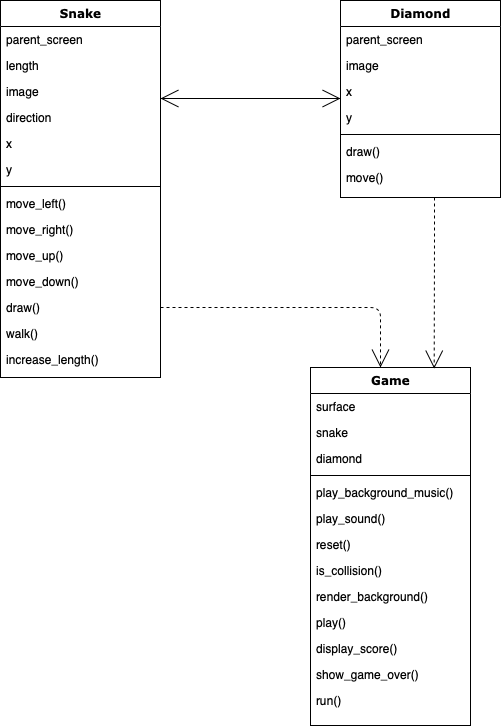
This is Game/diamond_digger_diagram.png from Amelie02/oc20, a draw.io export, as it was before one commit. Source tidied: cells renumbered, new cells last; positions are measured from the earlier drawing's top-left corner, leaving out a move shared by most shapes. Its diagram source:
```xml
<mxGraphModel>
  <root>
    <mxCell id="0" />
    <mxCell id="1" parent="0" />
    <mxCell id="2" value="Snake" style="swimlane;html=1;fontStyle=1;align=center;verticalAlign=top;horizontal=1;startSize=26;swimlaneFillColor=#ffffff;rounded=0;shadow=0;comic=0;labelBackgroundColor=none;strokeWidth=1;fillColor=none;fontFamily=Verdana;fontSize=12;" parent="1" vertex="1">
      <mxGeometry width="160" height="377" as="geometry" />
    </mxCell>
    <mxCell id="3" value="parent_screen" style="text;html=1;strokeColor=none;fillColor=none;align=left;verticalAlign=top;spacingLeft=4;spacingRight=4;whiteSpace=wrap;overflow=hidden;" parent="2" vertex="1">
      <mxGeometry y="26" width="160" height="26" as="geometry" />
    </mxCell>
    <mxCell id="4" value="length" style="text;html=1;strokeColor=none;fillColor=none;align=left;verticalAlign=top;spacingLeft=4;spacingRight=4;whiteSpace=wrap;overflow=hidden;points=[[0,0.5],[1,0.5]];portConstraint=eastwest;" parent="2" vertex="1">
      <mxGeometry y="52" width="160" height="26" as="geometry" />
    </mxCell>
    <mxCell id="5" value="image" style="text;html=1;strokeColor=none;fillColor=none;align=left;verticalAlign=top;spacingLeft=4;spacingRight=4;whiteSpace=wrap;overflow=hidden;" parent="2" vertex="1">
      <mxGeometry y="78" width="160" height="26" as="geometry" />
    </mxCell>
    <mxCell id="6" value="direction" style="text;html=1;strokeColor=none;fillColor=none;align=left;verticalAlign=top;spacingLeft=4;spacingRight=4;whiteSpace=wrap;overflow=hidden;points=[[0,0.5],[1,0.5]];portConstraint=eastwest;" parent="2" vertex="1">
      <mxGeometry y="104" width="160" height="26" as="geometry" />
    </mxCell>
    <mxCell id="7" value="x" style="text;html=1;strokeColor=none;fillColor=none;align=left;verticalAlign=top;spacingLeft=4;spacingRight=4;whiteSpace=wrap;overflow=hidden;" parent="2" vertex="1">
      <mxGeometry y="130" width="160" height="26" as="geometry" />
    </mxCell>
    <mxCell id="8" value="y" style="text;html=1;strokeColor=none;fillColor=none;align=left;verticalAlign=top;spacingLeft=4;spacingRight=4;whiteSpace=wrap;overflow=hidden;" parent="2" vertex="1">
      <mxGeometry y="156" width="160" height="26" as="geometry" />
    </mxCell>
    <mxCell id="9" style="line;html=1;strokeWidth=1;fillColor=none;align=left;verticalAlign=middle;spacingTop=-1;spacingLeft=3;spacingRight=3;labelPosition=right;" parent="2" vertex="1">
      <mxGeometry y="182" width="160" height="8" as="geometry" />
    </mxCell>
    <mxCell id="10" value="move_left()" style="text;html=1;strokeColor=none;fillColor=none;align=left;verticalAlign=top;spacingLeft=4;spacingRight=4;whiteSpace=wrap;overflow=hidden;" parent="2" vertex="1">
      <mxGeometry y="190" width="160" height="26" as="geometry" />
    </mxCell>
    <mxCell id="11" value="move_right()" style="text;html=1;strokeColor=none;fillColor=none;align=left;verticalAlign=top;spacingLeft=4;spacingRight=4;whiteSpace=wrap;overflow=hidden;" parent="2" vertex="1">
      <mxGeometry y="216" width="160" height="26" as="geometry" />
    </mxCell>
    <mxCell id="12" value="move_up()" style="text;strokeColor=none;fillColor=none;align=left;verticalAlign=top;spacingLeft=4;spacingRight=4;overflow=hidden;" parent="2" vertex="1">
      <mxGeometry y="242" width="160" height="26" as="geometry" />
    </mxCell>
    <mxCell id="13" value="move_down()" style="text;strokeColor=none;fillColor=none;align=left;verticalAlign=top;spacingLeft=4;spacingRight=4;overflow=hidden;" parent="2" vertex="1">
      <mxGeometry y="268" width="160" height="26" as="geometry" />
    </mxCell>
    <mxCell id="14" value="draw()" style="text;strokeColor=none;fillColor=none;align=left;verticalAlign=top;spacingLeft=4;spacingRight=4;overflow=hidden;" parent="2" vertex="1">
      <mxGeometry y="294" width="160" height="26" as="geometry" />
    </mxCell>
    <mxCell id="15" value="walk()" style="text;strokeColor=none;fillColor=none;align=left;verticalAlign=top;spacingLeft=4;spacingRight=4;overflow=hidden;" parent="2" vertex="1">
      <mxGeometry y="320" width="160" height="26" as="geometry" />
    </mxCell>
    <mxCell id="16" value="increase_length()" style="text;strokeColor=none;fillColor=none;align=left;verticalAlign=top;spacingLeft=4;spacingRight=4;overflow=hidden;" parent="2" vertex="1">
      <mxGeometry y="346" width="160" height="26" as="geometry" />
    </mxCell>
    <mxCell id="17" style="edgeStyle=orthogonalEdgeStyle;rounded=0;jettySize=auto;html=1;startArrow=none;startFill=0;dashed=1;endArrow=open;endFill=0;entryX=0.773;entryY=0.003;entryDx=0;entryDy=0;entryPerimeter=0;endSize=16;startSize=8;" parent="1" edge="1" source="18" target="26">
      <mxGeometry relative="1" as="geometry">
        <Array as="points">
          <mxPoint x="434" y="237" />
          <mxPoint x="434" y="237" />
        </Array>
      </mxGeometry>
    </mxCell>
    <mxCell id="18" value="Diamond" style="swimlane;html=1;fontStyle=1;align=center;verticalAlign=top;horizontal=1;startSize=26;swimlaneFillColor=#ffffff;rounded=0;shadow=0;comic=0;labelBackgroundColor=none;strokeWidth=1;fillColor=none;fontFamily=Verdana;fontSize=12;" parent="1" vertex="1">
      <mxGeometry x="340" width="160" height="197" as="geometry" />
    </mxCell>
    <mxCell id="19" value="parent_screen" style="text;html=1;strokeColor=none;fillColor=none;align=left;verticalAlign=top;spacingLeft=4;spacingRight=4;whiteSpace=wrap;overflow=hidden;" parent="18" vertex="1">
      <mxGeometry y="26" width="160" height="26" as="geometry" />
    </mxCell>
    <mxCell id="20" value="image" style="text;html=1;strokeColor=none;fillColor=none;align=left;verticalAlign=top;spacingLeft=4;spacingRight=4;whiteSpace=wrap;overflow=hidden;points=[[0,0.5],[1,0.5]];portConstraint=eastwest;" parent="18" vertex="1">
      <mxGeometry y="52" width="160" height="26" as="geometry" />
    </mxCell>
    <mxCell id="21" value="x" style="text;html=1;strokeColor=none;fillColor=none;align=left;verticalAlign=top;spacingLeft=4;spacingRight=4;whiteSpace=wrap;overflow=hidden;" parent="18" vertex="1">
      <mxGeometry y="78" width="160" height="26" as="geometry" />
    </mxCell>
    <mxCell id="22" value="y" style="text;html=1;strokeColor=none;fillColor=none;align=left;verticalAlign=top;spacingLeft=4;spacingRight=4;whiteSpace=wrap;overflow=hidden;points=[[0,0.5],[1,0.5]];portConstraint=eastwest;" parent="18" vertex="1">
      <mxGeometry y="104" width="160" height="26" as="geometry" />
    </mxCell>
    <mxCell id="23" style="line;html=1;strokeWidth=1;fillColor=none;align=left;verticalAlign=middle;spacingTop=-1;spacingLeft=3;spacingRight=3;labelPosition=right;" parent="18" vertex="1">
      <mxGeometry y="130" width="160" height="8" as="geometry" />
    </mxCell>
    <mxCell id="24" value="draw()" style="text;html=1;strokeColor=none;fillColor=none;align=left;verticalAlign=top;spacingLeft=4;spacingRight=4;whiteSpace=wrap;overflow=hidden;" parent="18" vertex="1">
      <mxGeometry y="138" width="160" height="26" as="geometry" />
    </mxCell>
    <mxCell id="25" value="move()" style="text;html=1;strokeColor=none;fillColor=none;align=left;verticalAlign=top;spacingLeft=4;spacingRight=4;whiteSpace=wrap;overflow=hidden;" parent="18" vertex="1">
      <mxGeometry y="164" width="160" height="26" as="geometry" />
    </mxCell>
    <mxCell id="26" value="Game" style="swimlane;html=1;fontStyle=1;align=center;verticalAlign=top;horizontal=1;startSize=26;swimlaneFillColor=#ffffff;rounded=0;shadow=0;comic=0;labelBackgroundColor=none;strokeWidth=1;fillColor=none;fontFamily=Verdana;fontSize=12;" parent="1" vertex="1">
      <mxGeometry x="310" y="367" width="160" height="358" as="geometry" />
    </mxCell>
    <mxCell id="27" value="surface" style="text;html=1;strokeColor=none;fillColor=none;align=left;verticalAlign=top;spacingLeft=4;spacingRight=4;whiteSpace=wrap;overflow=hidden;" parent="26" vertex="1">
      <mxGeometry y="26" width="160" height="26" as="geometry" />
    </mxCell>
    <mxCell id="28" value="snake" style="text;html=1;strokeColor=none;fillColor=none;align=left;verticalAlign=top;spacingLeft=4;spacingRight=4;whiteSpace=wrap;overflow=hidden;" parent="26" vertex="1">
      <mxGeometry y="52" width="160" height="26" as="geometry" />
    </mxCell>
    <mxCell id="29" value="diamond" style="text;html=1;strokeColor=none;fillColor=none;align=left;verticalAlign=top;spacingLeft=4;spacingRight=4;whiteSpace=wrap;overflow=hidden;" parent="26" vertex="1">
      <mxGeometry y="78" width="160" height="26" as="geometry" />
    </mxCell>
    <mxCell id="30" style="line;html=1;strokeWidth=1;fillColor=none;align=left;verticalAlign=middle;spacingTop=-1;spacingLeft=3;spacingRight=3;labelPosition=right;" parent="26" vertex="1">
      <mxGeometry y="104" width="160" height="8" as="geometry" />
    </mxCell>
    <mxCell id="31" value="play_background_music()" style="text;html=1;strokeColor=none;fillColor=none;align=left;verticalAlign=top;spacingLeft=4;spacingRight=4;whiteSpace=wrap;overflow=hidden;" parent="26" vertex="1">
      <mxGeometry y="112" width="160" height="26" as="geometry" />
    </mxCell>
    <mxCell id="32" value="play_sound()" style="text;html=1;strokeColor=none;fillColor=none;align=left;verticalAlign=top;spacingLeft=4;spacingRight=4;whiteSpace=wrap;overflow=hidden;" parent="26" vertex="1">
      <mxGeometry y="138" width="160" height="26" as="geometry" />
    </mxCell>
    <mxCell id="33" value="reset()" style="text;html=1;strokeColor=none;fillColor=none;align=left;verticalAlign=top;spacingLeft=4;spacingRight=4;whiteSpace=wrap;overflow=hidden;" parent="26" vertex="1">
      <mxGeometry y="164" width="160" height="26" as="geometry" />
    </mxCell>
    <mxCell id="34" value="is_collision()" style="text;html=1;strokeColor=none;fillColor=none;align=left;verticalAlign=top;spacingLeft=4;spacingRight=4;whiteSpace=wrap;overflow=hidden;" parent="26" vertex="1">
      <mxGeometry y="190" width="160" height="26" as="geometry" />
    </mxCell>
    <mxCell id="35" value="render_background()" style="text;html=1;strokeColor=none;fillColor=none;align=left;verticalAlign=top;spacingLeft=4;spacingRight=4;whiteSpace=wrap;overflow=hidden;" parent="26" vertex="1">
      <mxGeometry y="216" width="160" height="26" as="geometry" />
    </mxCell>
    <mxCell id="36" value="play()" style="text;html=1;strokeColor=none;fillColor=none;align=left;verticalAlign=top;spacingLeft=4;spacingRight=4;whiteSpace=wrap;overflow=hidden;" parent="26" vertex="1">
      <mxGeometry y="242" width="160" height="26" as="geometry" />
    </mxCell>
    <mxCell id="37" value="display_score()" style="text;html=1;strokeColor=none;fillColor=none;align=left;verticalAlign=top;spacingLeft=4;spacingRight=4;whiteSpace=wrap;overflow=hidden;" parent="26" vertex="1">
      <mxGeometry y="268" width="160" height="26" as="geometry" />
    </mxCell>
    <mxCell id="38" value="show_game_over()" style="text;html=1;strokeColor=none;fillColor=none;align=left;verticalAlign=top;spacingLeft=4;spacingRight=4;whiteSpace=wrap;overflow=hidden;" parent="26" vertex="1">
      <mxGeometry y="294" width="160" height="26" as="geometry" />
    </mxCell>
    <mxCell id="39" value="run()" style="text;html=1;strokeColor=none;fillColor=none;align=left;verticalAlign=top;spacingLeft=4;spacingRight=4;whiteSpace=wrap;overflow=hidden;" parent="26" vertex="1">
      <mxGeometry y="320" width="160" height="26" as="geometry" />
    </mxCell>
    <mxCell id="40" style="edgeStyle=elbowEdgeStyle;html=1;labelBackgroundColor=none;startFill=0;startSize=16;endArrow=open;endFill=0;endSize=16;fontFamily=Verdana;fontSize=12;elbow=vertical;startArrow=open;" parent="1" edge="1" source="2" target="18">
      <mxGeometry relative="1" as="geometry" />
    </mxCell>
    <mxCell id="41" style="edgeStyle=orthogonalEdgeStyle;html=1;labelBackgroundColor=none;startFill=0;startSize=8;endArrow=open;endFill=0;endSize=16;fontFamily=Verdana;fontSize=12;dashed=1;startArrow=none;" parent="1" edge="1">
      <mxGeometry relative="1" as="geometry">
        <mxPoint x="160" y="307" as="sourcePoint" />
        <mxPoint x="380" y="367" as="targetPoint" />
        <Array as="points">
          <mxPoint x="380" y="307" />
        </Array>
      </mxGeometry>
    </mxCell>
  </root>
</mxGraphModel>
```
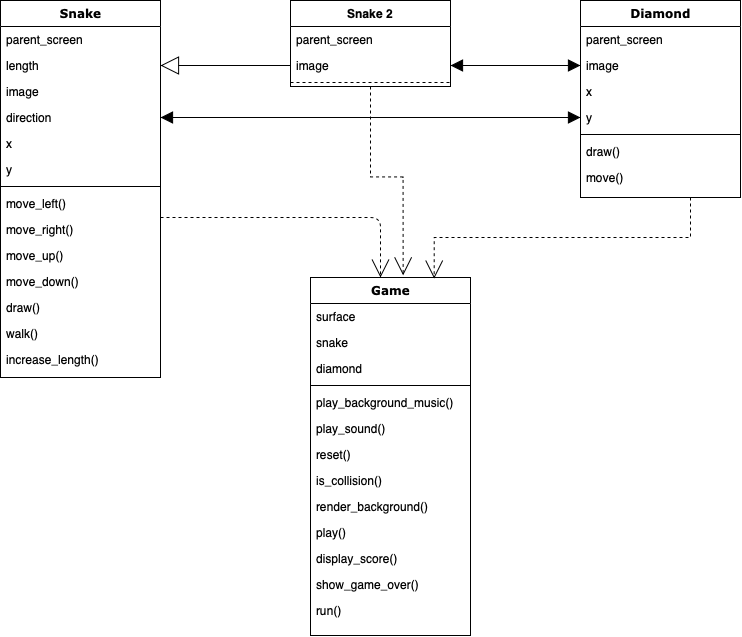
After the commit.

Change to the diagram source:
```diff
@@ -50,13 +50,13 @@
     <mxCell id="17" style="edgeStyle=orthogonalEdgeStyle;rounded=0;jettySize=auto;html=1;startArrow=none;startFill=0;dashed=1;endArrow=open;endFill=0;entryX=0.773;entryY=0.003;entryDx=0;entryDy=0;entryPerimeter=0;endSize=16;startSize=8;" parent="1" edge="1" source="18" target="26">
       <mxGeometry relative="1" as="geometry">
         <Array as="points">
-          <mxPoint x="434" y="237" />
+          <mxPoint x="690" y="237" />
           <mxPoint x="434" y="237" />
         </Array>
       </mxGeometry>
     </mxCell>
     <mxCell id="18" value="Diamond" style="swimlane;html=1;fontStyle=1;align=center;verticalAlign=top;horizontal=1;startSize=26;swimlaneFillColor=#ffffff;rounded=0;shadow=0;comic=0;labelBackgroundColor=none;strokeWidth=1;fillColor=none;fontFamily=Verdana;fontSize=12;" parent="1" vertex="1">
-      <mxGeometry x="340" width="160" height="197" as="geometry" />
+      <mxGeometry x="580" width="160" height="197" as="geometry" />
     </mxCell>
     <mxCell id="19" value="parent_screen" style="text;html=1;strokeColor=none;fillColor=none;align=left;verticalAlign=top;spacingLeft=4;spacingRight=4;whiteSpace=wrap;overflow=hidden;" parent="18" vertex="1">
       <mxGeometry y="26" width="160" height="26" as="geometry" />
@@ -80,7 +80,7 @@
       <mxGeometry y="164" width="160" height="26" as="geometry" />
     </mxCell>
     <mxCell id="26" value="Game" style="swimlane;html=1;fontStyle=1;align=center;verticalAlign=top;horizontal=1;startSize=26;swimlaneFillColor=#ffffff;rounded=0;shadow=0;comic=0;labelBackgroundColor=none;strokeWidth=1;fillColor=none;fontFamily=Verdana;fontSize=12;" parent="1" vertex="1">
-      <mxGeometry x="310" y="367" width="160" height="358" as="geometry" />
+      <mxGeometry x="310" y="277" width="160" height="358" as="geometry" />
     </mxCell>
     <mxCell id="27" value="surface" style="text;html=1;strokeColor=none;fillColor=none;align=left;verticalAlign=top;spacingLeft=4;spacingRight=4;whiteSpace=wrap;overflow=hidden;" parent="26" vertex="1">
       <mxGeometry y="26" width="160" height="26" as="geometry" />
@@ -121,17 +121,38 @@
     <mxCell id="39" value="run()" style="text;html=1;strokeColor=none;fillColor=none;align=left;verticalAlign=top;spacingLeft=4;spacingRight=4;whiteSpace=wrap;overflow=hidden;" parent="26" vertex="1">
       <mxGeometry y="320" width="160" height="26" as="geometry" />
     </mxCell>
-    <mxCell id="40" style="edgeStyle=elbowEdgeStyle;html=1;labelBackgroundColor=none;startFill=0;startSize=16;endArrow=open;endFill=0;endSize=16;fontFamily=Verdana;fontSize=12;elbow=vertical;startArrow=open;" parent="1" edge="1" source="2" target="18">
-      <mxGeometry relative="1" as="geometry" />
-    </mxCell>
     <mxCell id="41" style="edgeStyle=orthogonalEdgeStyle;html=1;labelBackgroundColor=none;startFill=0;startSize=8;endArrow=open;endFill=0;endSize=16;fontFamily=Verdana;fontSize=12;dashed=1;startArrow=none;" parent="1" edge="1">
       <mxGeometry relative="1" as="geometry">
-        <mxPoint x="160" y="307" as="sourcePoint" />
-        <mxPoint x="380" y="367" as="targetPoint" />
+        <mxPoint x="160" y="217" as="sourcePoint" />
+        <mxPoint x="380" y="277" as="targetPoint" />
         <Array as="points">
-          <mxPoint x="380" y="307" />
+          <mxPoint x="380" y="217" />
         </Array>
       </mxGeometry>
     </mxCell>
+    <mxCell id="42" style="edgeStyle=orthogonalEdgeStyle;rounded=0;jettySize=auto;html=1;exitX=0.5;exitY=1;exitDx=0;exitDy=0;entryX=0.579;entryY=-0.006;entryDx=0;entryDy=0;entryPerimeter=0;startArrow=none;startFill=0;endArrow=open;endFill=0;startSize=6;endSize=16;dashed=1;" parent="1" edge="1" source="43" target="26">
+      <mxGeometry relative="1" as="geometry" />
+    </mxCell>
+    <mxCell id="43" value="Snake 2" style="swimlane;fontStyle=1;align=center;verticalAlign=top;horizontal=1;startSize=26;" parent="1" vertex="1">
+      <mxGeometry x="290" width="160" height="86" as="geometry" />
+    </mxCell>
+    <mxCell id="44" value="parent_screen" style="text;html=1;strokeColor=none;fillColor=none;align=left;verticalAlign=top;spacingLeft=4;spacingRight=4;whiteSpace=wrap;overflow=hidden;" parent="43" vertex="1">
+      <mxGeometry y="26" width="160" height="26" as="geometry" />
+    </mxCell>
+    <mxCell id="45" value="image" style="text;html=1;strokeColor=none;fillColor=none;align=left;verticalAlign=top;spacingLeft=4;spacingRight=4;whiteSpace=wrap;overflow=hidden;points=[[0,0.5],[1,0.5]];portConstraint=eastwest;" parent="43" vertex="1">
+      <mxGeometry y="52" width="160" height="26" as="geometry" />
+    </mxCell>
+    <mxCell id="46" style="line;strokeWidth=1;fillColor=none;align=left;verticalAlign=middle;spacingTop=-1;spacingLeft=3;spacingRight=3;labelPosition=right;dashed=1;" parent="43" vertex="1">
+      <mxGeometry y="78" width="160" height="8" as="geometry" />
+    </mxCell>
+    <mxCell id="47" style="edgeStyle=orthogonalEdgeStyle;rounded=0;jettySize=auto;html=1;exitX=0;exitY=0.5;exitDx=0;exitDy=0;entryX=1;entryY=0.5;entryDx=0;entryDy=0;endArrow=block;endFill=0;endSize=16;" parent="1" edge="1" source="45" target="4">
+      <mxGeometry relative="1" as="geometry" />
+    </mxCell>
+    <mxCell id="48" style="edgeStyle=orthogonalEdgeStyle;rounded=0;jettySize=auto;html=1;endArrow=block;endFill=1;endSize=10;startArrow=block;startFill=1;startSize=10;" parent="1" edge="1" source="22" target="6">
+      <mxGeometry relative="1" as="geometry" />
+    </mxCell>
+    <mxCell id="49" style="edgeStyle=orthogonalEdgeStyle;rounded=0;jettySize=auto;html=1;exitX=0;exitY=0.5;exitDx=0;exitDy=0;entryX=1;entryY=0.5;entryDx=0;entryDy=0;startArrow=block;startFill=1;endArrow=block;endFill=1;startSize=10;endSize=10;" parent="1" edge="1" source="20" target="45">
+      <mxGeometry relative="1" as="geometry" />
+    </mxCell>
   </root>
 </mxGraphModel>
```
